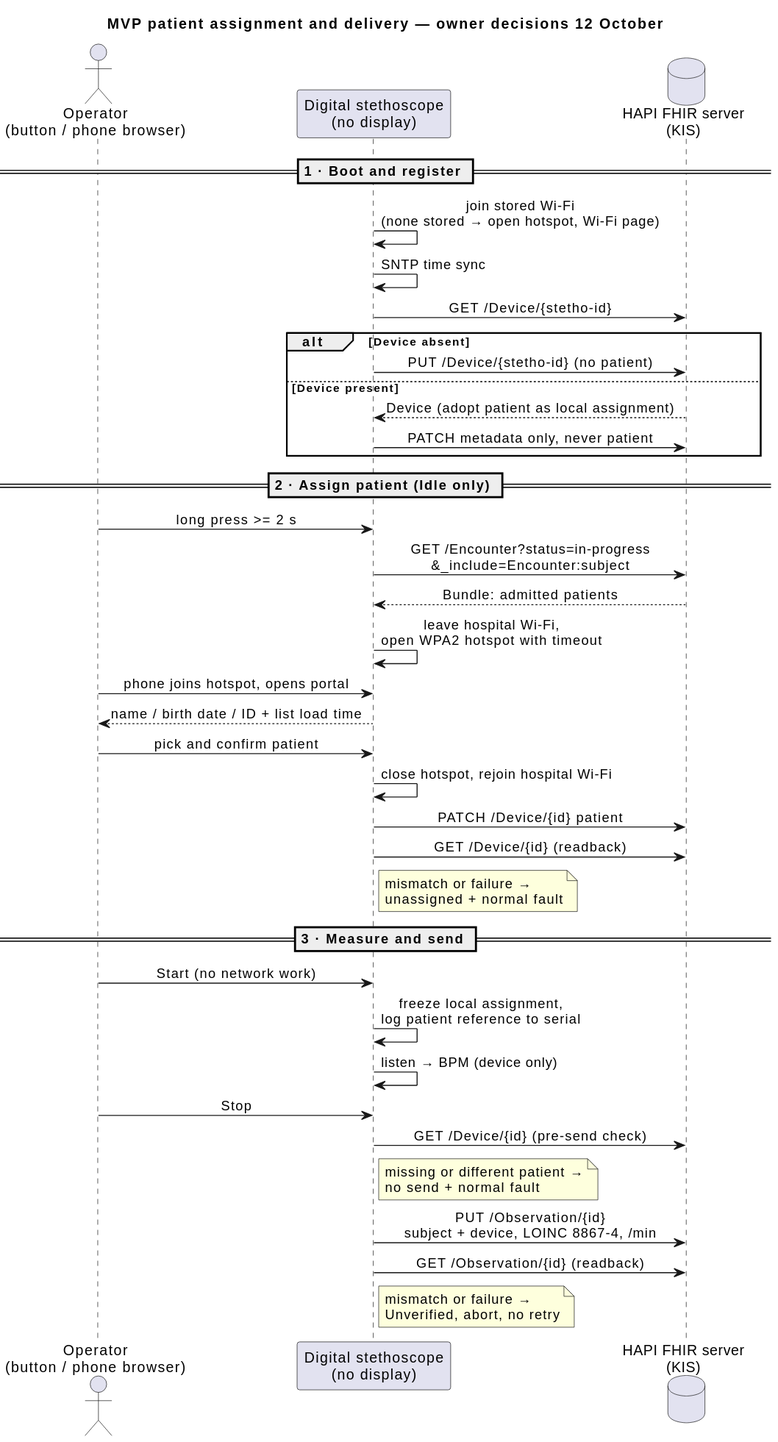
DemonicPsychoII/DigitalStethoscope keeps this PlantUML diagram as Development/system/architecture/rendered/patient_assignment_workflow.svg. Above is the earlier version.
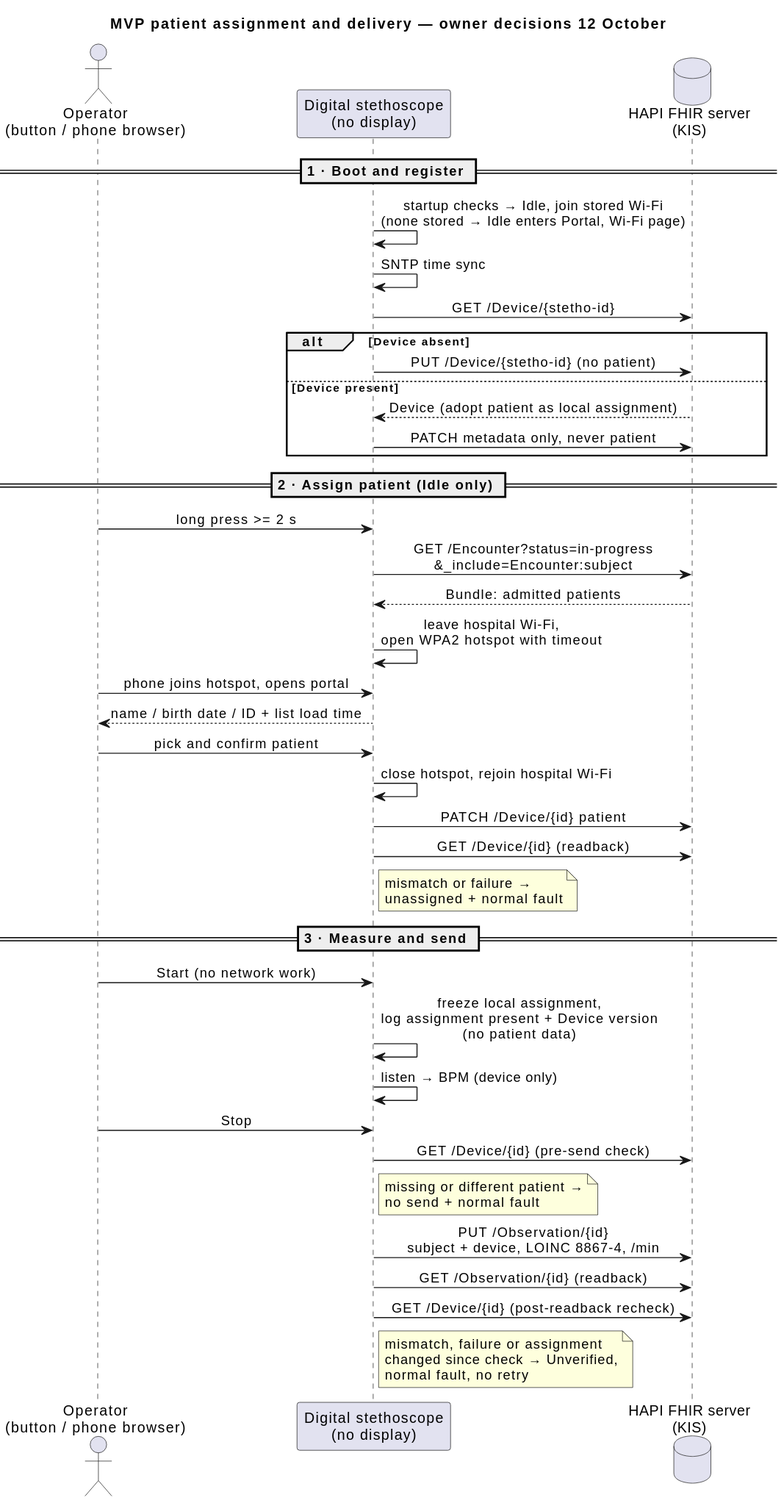
The same diagram one commit later.

Commit message:
Address review: portal entry, serial log, pre-send race

What changed in the source:
```diff
@@ -8,7 +8,7 @@
 database "HAPI FHIR server\n(KIS)" as fhir
 
 == 1 · Boot and register ==
-dev -> dev : join stored Wi-Fi\n(none stored → open hotspot, Wi-Fi page)
+dev -> dev : startup checks → Idle, join stored Wi-Fi\n(none stored → Idle enters Portal, Wi-Fi page)
 dev -> dev : SNTP time sync
 dev -> fhir : GET /Device/{stetho-id}
 alt Device absent
@@ -33,12 +33,13 @@
 
 == 3 · Measure and send ==
 op -> dev : Start (no network work)
-dev -> dev : freeze local assignment,\nlog patient reference to serial
+dev -> dev : freeze local assignment,\nlog assignment present + Device version\n(no patient data)
 dev -> dev : listen → BPM (device only)
 op -> dev : Stop
 dev -> fhir : GET /Device/{id} (pre-send check)
 note right of dev : missing or different patient →\nno send + normal fault
 dev -> fhir : PUT /Observation/{id}\nsubject + device, LOINC 8867-4, /min
 dev -> fhir : GET /Observation/{id} (readback)
-note right of dev : mismatch or failure →\nUnverified, abort, no retry
+dev -> fhir : GET /Device/{id} (post-readback recheck)
+note right of dev : mismatch, failure or assignment\nchanged since check → Unverified,\nnormal fault, no retry
 @enduml
```
